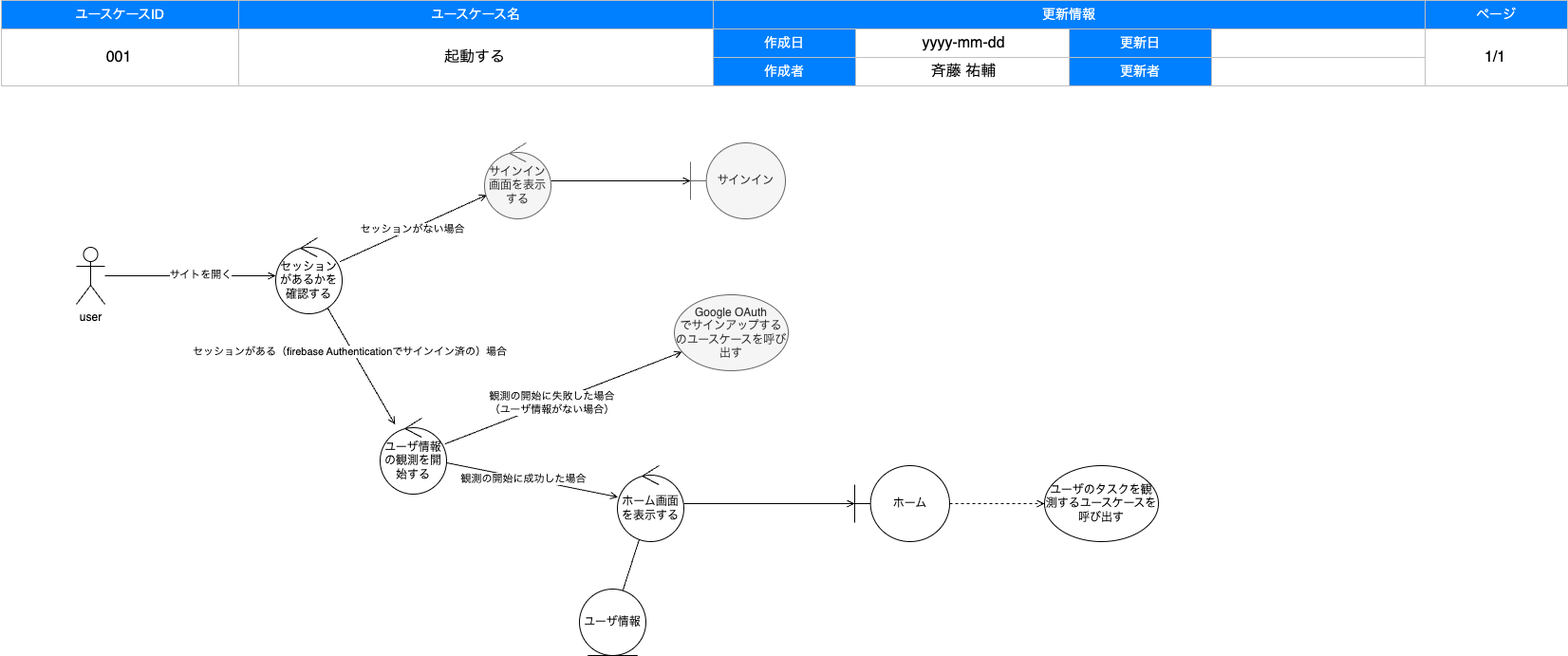
The draw.io diagram documents/nobody/001_boot.drawio.png in uskithub/CABoilerplate, before a commit. Source tidied: cells renumbered, new cells last; positions are measured from the earlier drawing's top-left corner, leaving out a move shared by most shapes.
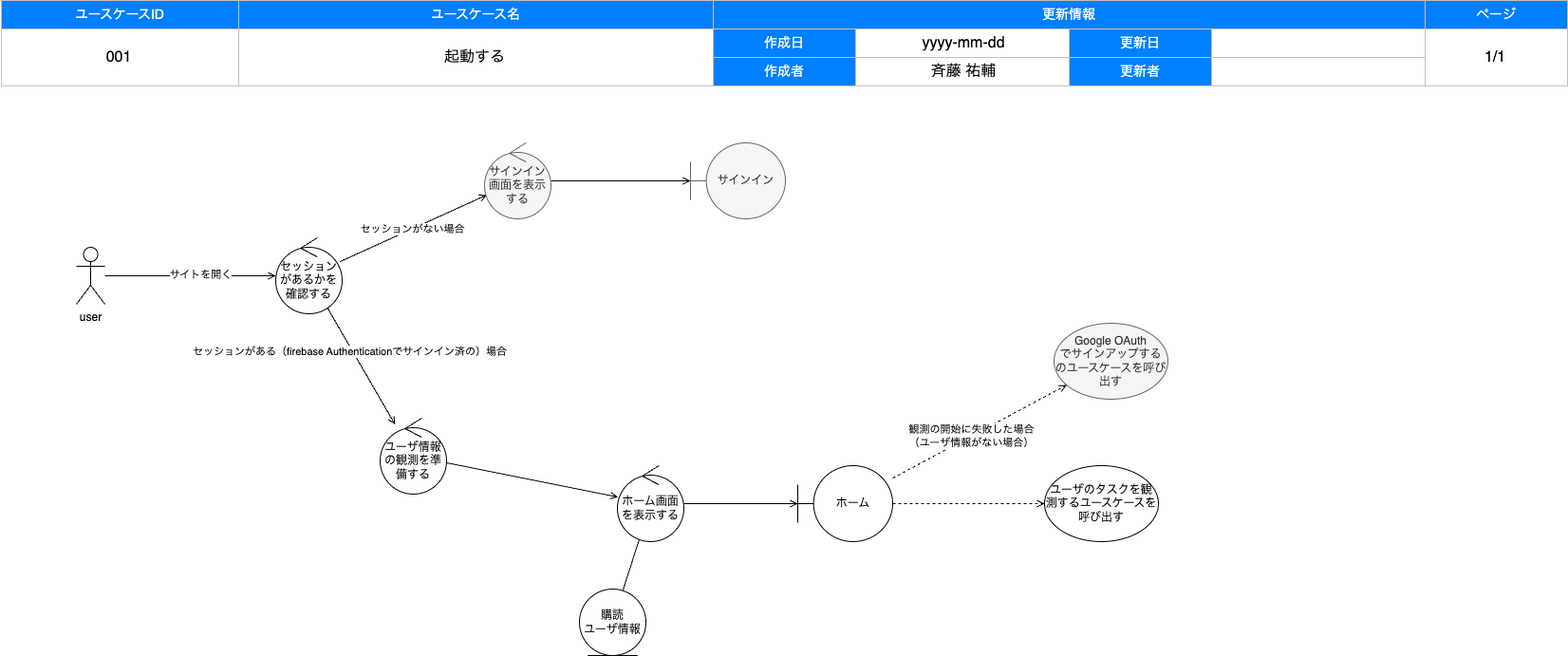
The same diagram one commit later.

What changed in the source:
```diff
@@ -108,7 +108,7 @@
       <mxGeometry relative="1" as="geometry" />
     </mxCell>
     <mxCell id="37" value="ホーム" style="shape=umlBoundary;whiteSpace=wrap;html=1;" parent="24" vertex="1">
-      <mxGeometry x="900" y="490" width="100" height="80" as="geometry" />
+      <mxGeometry x="840" y="490" width="100" height="80" as="geometry" />
     </mxCell>
     <mxCell id="38" value="サインイン" style="shape=umlBoundary;whiteSpace=wrap;html=1;fillColor=#f5f5f5;fontColor=#333333;strokeColor=#666666;" parent="24" vertex="1">
       <mxGeometry x="727" y="150" width="100" height="80" as="geometry" />
@@ -119,25 +119,22 @@
     <mxCell id="40" value="ユーザのタスクを観測するユースケースを呼び出す" style="ellipse;whiteSpace=wrap;html=1;" parent="24" vertex="1">
       <mxGeometry x="1100" y="490" width="120" height="80" as="geometry" />
     </mxCell>
-    <mxCell id="41" value="ユーザ情報" style="ellipse;shape=umlEntity;whiteSpace=wrap;html=1;" parent="24" vertex="1">
+    <mxCell id="41" value="購読&lt;br&gt;ユーザ情報" style="ellipse;shape=umlEntity;whiteSpace=wrap;html=1;" parent="24" vertex="1">
       <mxGeometry x="610" y="620" width="70" height="70" as="geometry" />
     </mxCell>
     <mxCell id="42" value="サインイン画面を表示する" style="ellipse;shape=umlControl;whiteSpace=wrap;html=1;fillColor=#f5f5f5;strokeColor=#666666;fontColor=#333333;" parent="24" vertex="1">
       <mxGeometry x="510" y="150" width="70" height="80" as="geometry" />
     </mxCell>
     <mxCell id="43" value="Google OAuth&lt;br&gt;でサインアップするのユースケースを呼び出す" style="ellipse;whiteSpace=wrap;html=1;fillColor=#f5f5f5;fontColor=#333333;strokeColor=#666666;" parent="24" vertex="1">
-      <mxGeometry x="710" y="310" width="120" height="80" as="geometry" />
+      <mxGeometry x="1110" y="340" width="120" height="80" as="geometry" />
     </mxCell>
-    <mxCell id="44" value="ユーザ情報の観測を開始する" style="ellipse;shape=umlControl;whiteSpace=wrap;html=1;" parent="24" vertex="1">
+    <mxCell id="44" value="ユーザ情報の観測を準備する" style="ellipse;shape=umlControl;whiteSpace=wrap;html=1;" parent="24" vertex="1">
       <mxGeometry x="400" y="440" width="70" height="80" as="geometry" />
     </mxCell>
     <mxCell id="45" style="edgeStyle=none;html=1;endArrow=open;endFill=0;startArrow=none;" parent="24" edge="1" source="44" target="35">
       <mxGeometry relative="1" as="geometry" />
     </mxCell>
-    <mxCell id="46" value="観測の開始に成功した場合" style="edgeLabel;html=1;align=center;verticalAlign=middle;" parent="45" vertex="1">
-      <mxGeometry x="-0.1" relative="1" as="geometry" />
-    </mxCell>
-    <mxCell id="47" style="edgeStyle=none;html=1;endArrow=open;endFill=0;startArrow=none;" parent="24" edge="1" source="44" target="43">
+    <mxCell id="47" style="edgeStyle=none;html=1;endArrow=open;endFill=0;startArrow=none;dashed=1;" parent="24" edge="1" source="37" target="43">
       <mxGeometry relative="1" as="geometry" />
     </mxCell>
     <mxCell id="48" value="観測の開始に失敗した場合&lt;br&gt;（ユーザ情報がない場合）" style="edgeLabel;html=1;align=center;verticalAlign=middle;" parent="47" vertex="1">
```
